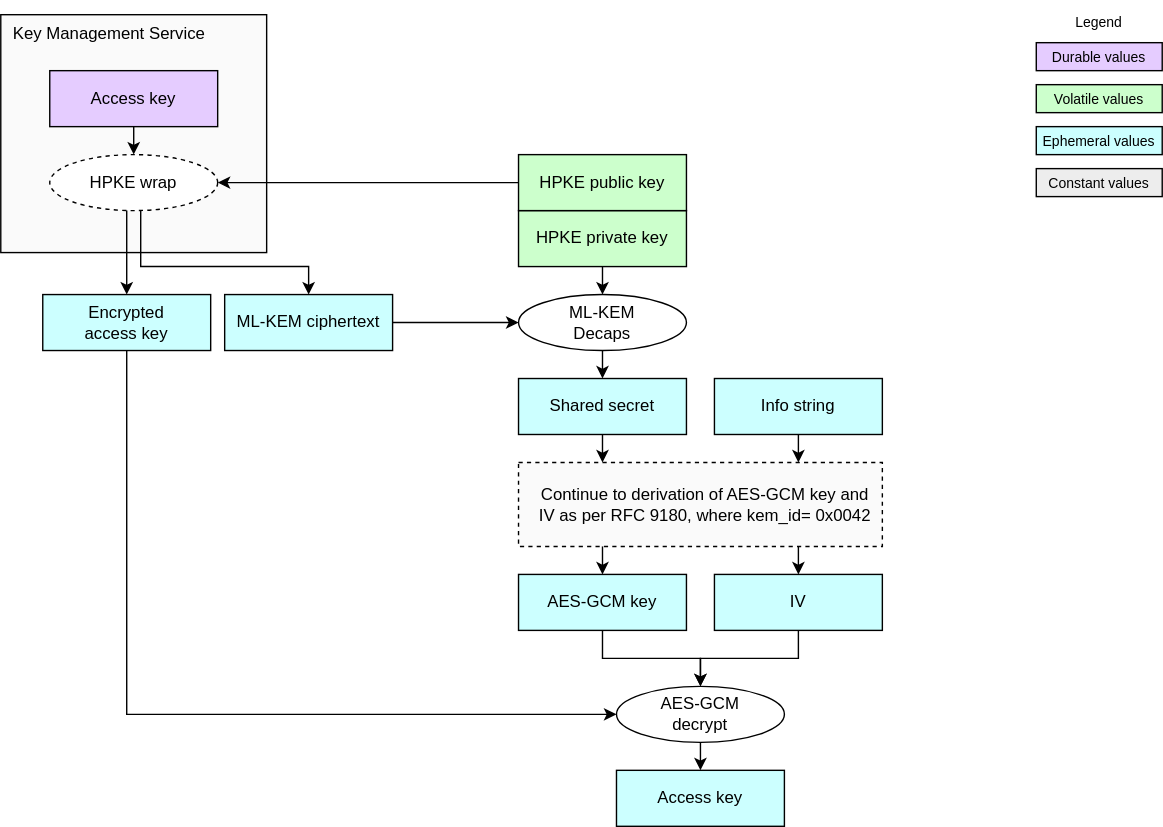
Above: doc/ocp_lock/diagrams/hpke_kem_mlkem.drawio.svg in chipsalliance/Caliptra (draw.io), before the change. Source tidied: cells renumbered, new cells last; positions are measured from the earlier drawing's top-left corner, leaving out a move shared by most shapes.
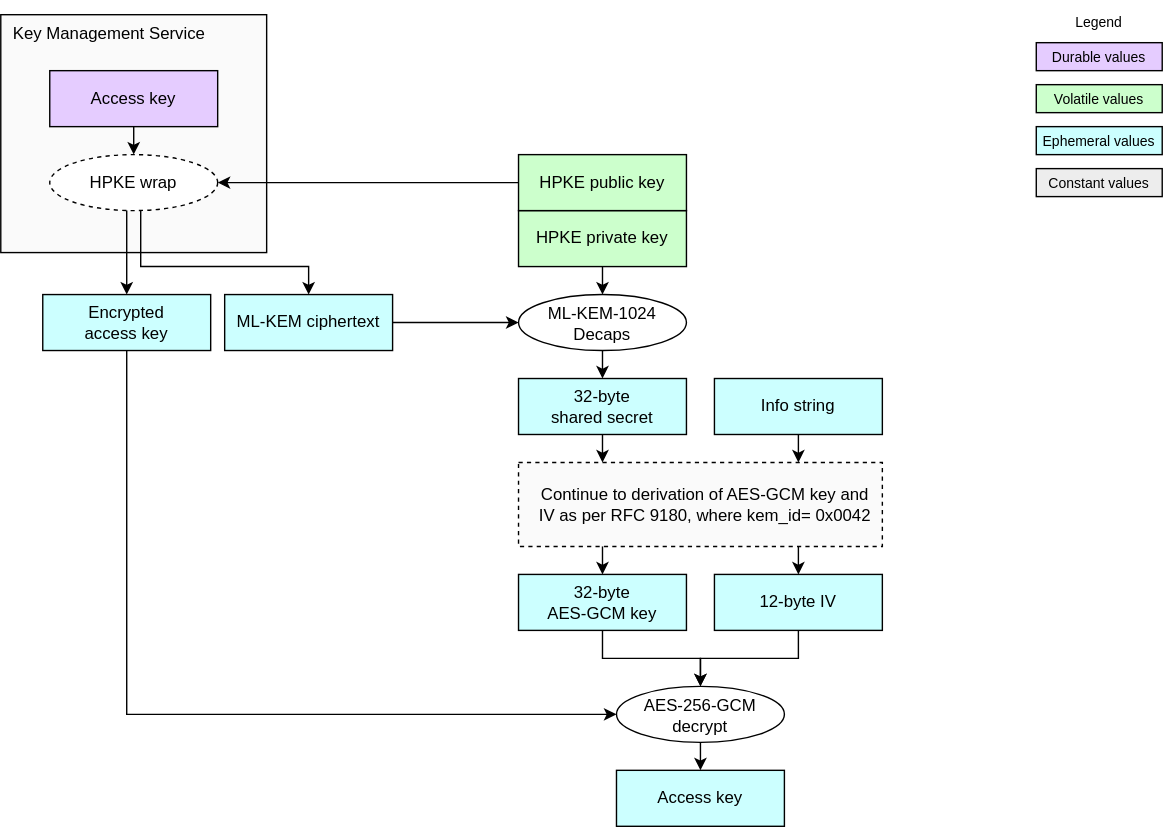
The same diagram one commit later.

The edit, as a diff of the source:
```diff
@@ -52,7 +52,7 @@
         </Array>
       </mxGeometry>
     </mxCell>
-    <mxCell id="15" value="&lt;span style=&quot;color: rgb(0, 0, 0);&quot;&gt;ML-KEM&lt;/span&gt;&lt;div&gt;Decaps&lt;/div&gt;" style="ellipse;whiteSpace=wrap;html=1;fillColor=#FFFFFF;" parent="1" vertex="1">
+    <mxCell id="15" value="&lt;span style=&quot;color: rgb(0, 0, 0);&quot;&gt;ML-KEM-1024&lt;/span&gt;&lt;div&gt;Decaps&lt;/div&gt;" style="ellipse;whiteSpace=wrap;html=1;fillColor=#FFFFFF;spacingTop=1;" parent="1" vertex="1">
       <mxGeometry x="370" y="210" width="120" height="40" as="geometry" />
     </mxCell>
     <mxCell id="16" style="endArrow=classic;html=1;exitX=1;exitY=0.5;exitDx=0;exitDy=0;entryX=0;entryY=0.5;entryDx=0;entryDy=0;" parent="1" edge="1" source="13" target="15">
@@ -78,7 +78,7 @@
     <mxCell id="21" style="endArrow=classic;html=1;exitX=0.5;exitY=1;exitDx=0;exitDy=0;entryX=0.5;entryY=0;entryDx=0;entryDy=0;" parent="1" edge="1" source="8" target="4">
       <mxGeometry relative="1" as="geometry" />
     </mxCell>
-    <mxCell id="22" value="&lt;div&gt;&lt;span style=&quot;background-color: transparent;&quot;&gt;&lt;font color=&quot;#000000&quot;&gt;Shared secret&lt;/font&gt;&lt;/span&gt;&lt;/div&gt;" style="rounded=0;whiteSpace=wrap;html=1;align=center;verticalAlign=middle;shadow=0;glass=0;spacingLeft=0;spacingBottom=0;spacingTop=0;fillColor=#CCFFFF;" parent="1" vertex="1">
+    <mxCell id="22" value="&lt;div&gt;&lt;span style=&quot;background-color: transparent;&quot;&gt;&lt;font color=&quot;#000000&quot;&gt;32-byte&lt;/font&gt;&lt;/span&gt;&lt;/div&gt;&lt;div&gt;&lt;span style=&quot;background-color: transparent;&quot;&gt;&lt;font color=&quot;#000000&quot;&gt;shared secret&lt;/font&gt;&lt;/span&gt;&lt;/div&gt;" style="rounded=0;whiteSpace=wrap;html=1;align=center;verticalAlign=middle;shadow=0;glass=0;spacingLeft=0;spacingBottom=0;spacingTop=0;fillColor=#CCFFFF;" parent="1" vertex="1">
       <mxGeometry x="370" y="270" width="120" height="40" as="geometry" />
     </mxCell>
     <mxCell id="23" style="endArrow=classic;html=1;rounded=0;endSize=6;startSize=6;entryX=0.5;entryY=0;entryDx=0;entryDy=0;exitX=0.5;exitY=1;exitDx=0;exitDy=0;jumpStyle=gap;" parent="1" edge="1" source="15" target="22">
@@ -87,16 +87,16 @@
     <mxCell id="24" value="Continue to derivation of&amp;nbsp;&lt;span style=&quot;background-color: transparent;&quot;&gt;AES-GCM key and&lt;/span&gt;&lt;div&gt;&lt;span style=&quot;background-color: transparent;&quot;&gt;IV as per&amp;nbsp;&lt;/span&gt;&lt;span style=&quot;background-color: transparent;&quot;&gt;RFC 9180, where kem_id=&lt;/span&gt;&lt;span style=&quot;background-color: transparent;&quot;&gt;0x0042&lt;/span&gt;&lt;/div&gt;" style="rounded=0;whiteSpace=wrap;html=1;fillColor=#FAFAFA;strokeColor=#000000;align=center;verticalAlign=middle;spacingLeft=7;dashed=1;" parent="1" vertex="1">
       <mxGeometry x="370" y="330" width="260" height="60" as="geometry" />
     </mxCell>
-    <mxCell id="25" value="AES-GCM&lt;div&gt;decrypt&lt;/div&gt;" style="ellipse;whiteSpace=wrap;html=1;fillColor=#FFFFFF;" parent="1" vertex="1">
+    <mxCell id="25" value="AES-256-GCM&lt;div&gt;decrypt&lt;/div&gt;" style="ellipse;whiteSpace=wrap;html=1;fillColor=#FFFFFF;spacingTop=2;" parent="1" vertex="1">
       <mxGeometry x="440" y="490" width="120" height="40" as="geometry" />
     </mxCell>
     <mxCell id="26" value="Access key" style="rounded=0;whiteSpace=wrap;html=1;align=center;verticalAlign=middle;shadow=0;glass=0;spacingLeft=0;spacingBottom=0;spacingTop=0;fillColor=#CCFFFF;" parent="1" vertex="1">
       <mxGeometry x="440" y="550" width="120" height="40" as="geometry" />
     </mxCell>
-    <mxCell id="27" value="AES-GCM key" style="rounded=0;whiteSpace=wrap;html=1;align=center;verticalAlign=middle;shadow=0;glass=0;spacingLeft=0;spacingBottom=0;spacingTop=0;fillColor=#CCFFFF;" parent="1" vertex="1">
+    <mxCell id="27" value="32-byte&lt;div&gt;AES-GCM key&lt;/div&gt;" style="rounded=0;whiteSpace=wrap;html=1;align=center;verticalAlign=middle;shadow=0;glass=0;spacingLeft=0;spacingBottom=0;spacingTop=0;fillColor=#CCFFFF;" parent="1" vertex="1">
       <mxGeometry x="370" y="410" width="120" height="40" as="geometry" />
     </mxCell>
-    <mxCell id="28" value="IV" style="rounded=0;whiteSpace=wrap;html=1;align=center;verticalAlign=middle;shadow=0;glass=0;spacingLeft=0;spacingBottom=0;spacingTop=0;fillColor=#CCFFFF;" parent="1" vertex="1">
+    <mxCell id="28" value="12-byte IV" style="rounded=0;whiteSpace=wrap;html=1;align=center;verticalAlign=middle;shadow=0;glass=0;spacingLeft=0;spacingBottom=0;spacingTop=0;fillColor=#CCFFFF;" parent="1" vertex="1">
       <mxGeometry x="510" y="410" width="120" height="40" as="geometry" />
     </mxCell>
     <mxCell id="29" style="endArrow=classic;html=1;entryX=0.5;entryY=0;entryDx=0;entryDy=0;exitX=0.5;exitY=1;exitDx=0;exitDy=0;" parent="1" edge="1" target="27">
```
